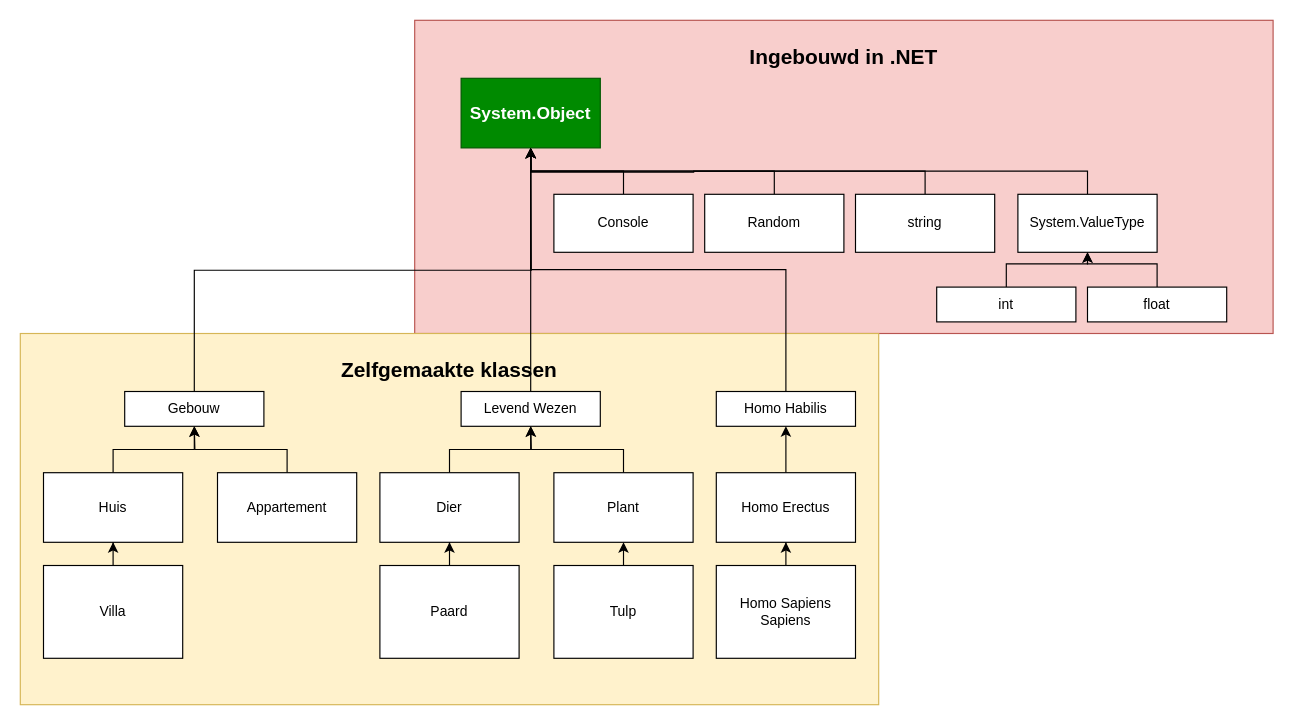
This is page "system.object" (12 of 14) of assets/svg diagrams.drawio from dbEthan/csharpbook2, a draw.io file, before an edit. Source tidied: cells renumbered, new cells numbered last; positions are measured from the earlier drawing's top-left corner, leaving out a move shared by most shapes. Both pictures are drawn from the tidied source at 116%, with x=0, y=0 at pixel (20, 20).
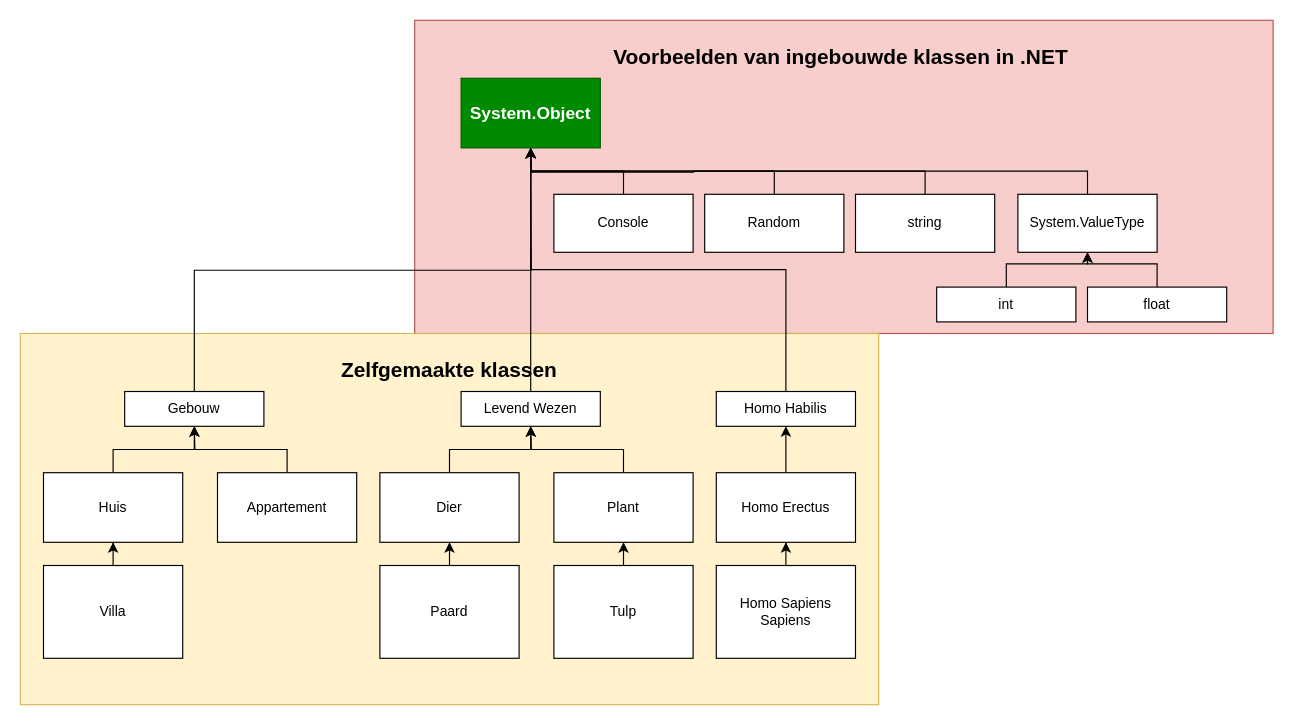
Above is the later version.

What changed in the source:
```diff
@@
-    <mxCell id="2" value="&lt;h2&gt;Ingebouwd in .NET&lt;/h2&gt;" style="rounded=0;whiteSpace=wrap;html=1;fillColor=#f8cecc;strokeColor=#b85450;align=center;horizontal=1;verticalAlign=top;" parent="1" vertex="1">
+    <mxCell id="2" value="&lt;h2&gt;Voorbeelden van ingebouwde klassen in .NET&amp;nbsp;&lt;/h2&gt;" style="rounded=0;whiteSpace=wrap;html=1;fillColor=#f8cecc;strokeColor=#b85450;align=center;horizontal=1;verticalAlign=top;" parent="1" vertex="1">
       <mxGeometry x="340" width="740" height="270" as="geometry" />
     </mxCell>
```
